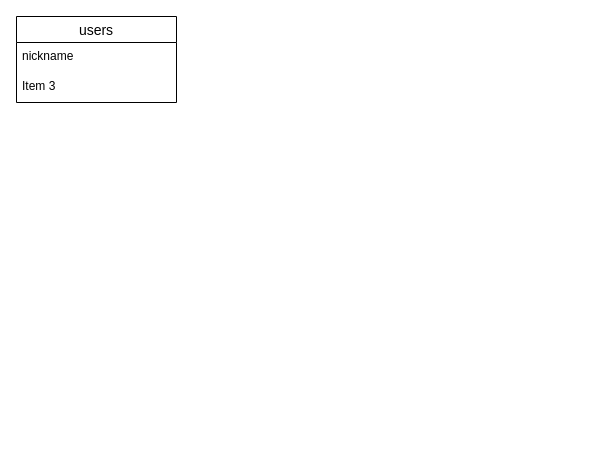
This is er.dio from 2DN/furima-33934, a draw.io file, before an edit. Source tidied: cells renumbered, new cells numbered last; positions are measured from the earlier drawing's top-left corner, leaving out a move shared by most shapes. Both pictures are drawn from the tidied source at 100%, with x=0, y=0 at pixel (16, 16).
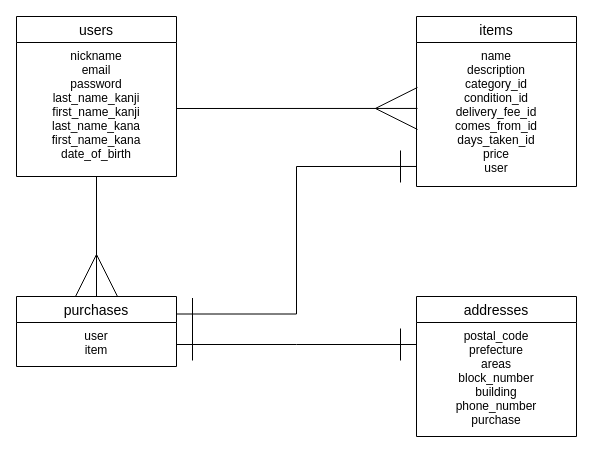
The same diagram, later.

Change to the diagram source:
```diff
@@
 <mxGraphModel>
   <root>
     <mxCell id="0" />
     <mxCell id="1" parent="0" />
+    <mxCell id="5" style="edgeStyle=orthogonalEdgeStyle;rounded=0;jettySize=auto;html=1;entryX=0.5;entryY=0;entryDx=0;entryDy=0;endArrow=ERmany;endFill=0;endSize=40;" parent="1" edge="1" source="2" target="10">
+      <mxGeometry relative="1" as="geometry" />
+    </mxCell>
     <mxCell id="2" value="users" style="swimlane;fontStyle=0;horizontal=1;startSize=26;align=center;fontSize=14;" parent="1" vertex="1">
-      <mxGeometry width="160" height="86" as="geometry" />
+      <mxGeometry width="160" height="160" as="geometry" />
     </mxCell>
-    <mxCell id="3" value="nickname " style="text;strokeColor=none;fillColor=none;spacingLeft=4;spacingRight=4;overflow=hidden;fontSize=12;" parent="2" vertex="1">
-      <mxGeometry y="26" width="160" height="30" as="geometry" />
-    </mxCell>
-    <mxCell id="4" value="Item 3" style="text;strokeColor=none;fillColor=none;spacingLeft=4;spacingRight=4;overflow=hidden;fontSize=12;" parent="2" vertex="1">
-      <mxGeometry y="56" width="160" height="30" as="geometry" />
-    </mxCell>
+    <mxCell id="6" value="nickname&#10;email&#10;password&#10;last_name_kanji&#10;first_name_kanji&#10;last_name_kana&#10;first_name_kana&#10;date_of_birth" style="text;strokeColor=none;fillColor=none;spacingLeft=4;spacingRight=4;overflow=hidden;points=[[0,0.5],[1,0.5]];portConstraint=eastwest;fontSize=12;align=center;" parent="2" vertex="1">
+      <mxGeometry y="26" width="160" height="134" as="geometry" />
+    </mxCell>
+    <mxCell id="7" value="items" style="swimlane;fontStyle=0;horizontal=1;startSize=26;align=center;fontSize=14;" parent="1" vertex="1">
+      <mxGeometry x="400" width="160" height="170" as="geometry" />
+    </mxCell>
+    <mxCell id="8" value="name&#10;description&#10;category_id&#10;condition_id&#10;delivery_fee_id&#10;comes_from_id&#10;days_taken_id&#10;price&#10;user" style="text;strokeColor=none;fillColor=none;spacingLeft=4;spacingRight=4;overflow=hidden;points=[[0,0.5],[1,0.5]];portConstraint=eastwest;fontSize=12;align=center;" parent="7" vertex="1">
+      <mxGeometry y="26" width="160" height="144" as="geometry" />
+    </mxCell>
+    <mxCell id="9" style="edgeStyle=orthogonalEdgeStyle;rounded=0;jettySize=auto;html=1;exitX=1;exitY=0.25;exitDx=0;exitDy=0;entryX=0;entryY=0.861;entryDx=0;entryDy=0;entryPerimeter=0;startArrow=ERone;startFill=0;startSize=30;endArrow=ERone;endFill=0;endSize=30;" parent="1" edge="1" source="10" target="8">
+      <mxGeometry relative="1" as="geometry" />
+    </mxCell>
+    <mxCell id="10" value="purchases" style="swimlane;fontStyle=0;horizontal=1;startSize=26;align=center;fontSize=14;" parent="1" vertex="1">
+      <mxGeometry y="280" width="160" height="70" as="geometry" />
+    </mxCell>
+    <mxCell id="11" value="user&#10;item" style="text;strokeColor=none;fillColor=none;spacingLeft=4;spacingRight=4;overflow=hidden;points=[[0,0.5],[1,0.5]];portConstraint=eastwest;fontSize=12;align=center;" parent="10" vertex="1">
+      <mxGeometry y="26" width="160" height="44" as="geometry" />
+    </mxCell>
+    <mxCell id="12" value="addresses" style="swimlane;fontStyle=0;horizontal=1;startSize=26;align=center;fontSize=14;" parent="1" vertex="1">
+      <mxGeometry x="400" y="280" width="160" height="140" as="geometry" />
+    </mxCell>
+    <mxCell id="13" value="postal_code&#10;prefecture&#10;areas&#10;block_number&#10;building&#10;phone_number&#10;purchase" style="text;strokeColor=none;fillColor=none;spacingLeft=4;spacingRight=4;overflow=hidden;fontSize=12;align=center;" parent="12" vertex="1">
+      <mxGeometry y="26" width="160" height="114" as="geometry" />
+    </mxCell>
+    <mxCell id="14" style="edgeStyle=orthogonalEdgeStyle;rounded=0;jettySize=auto;html=1;exitX=1;exitY=0.5;exitDx=0;exitDy=0;entryX=0.006;entryY=0.458;entryDx=0;entryDy=0;entryPerimeter=0;endArrow=ERmany;endFill=0;endSize=40;" parent="1" edge="1" source="6" target="8">
+      <mxGeometry relative="1" as="geometry">
+        <Array as="points">
+          <mxPoint x="160" y="92" />
+        </Array>
+      </mxGeometry>
+    </mxCell>
+    <mxCell id="15" style="edgeStyle=orthogonalEdgeStyle;rounded=0;jettySize=auto;html=1;exitX=1;exitY=0.5;exitDx=0;exitDy=0;endArrow=ERone;endFill=0;endSize=30;startArrow=ERone;startFill=0;startSize=30;" parent="1" edge="1" source="11">
+      <mxGeometry relative="1" as="geometry">
+        <mxPoint x="400" y="328" as="targetPoint" />
+      </mxGeometry>
+    </mxCell>
   </root>
 </mxGraphModel>
```
